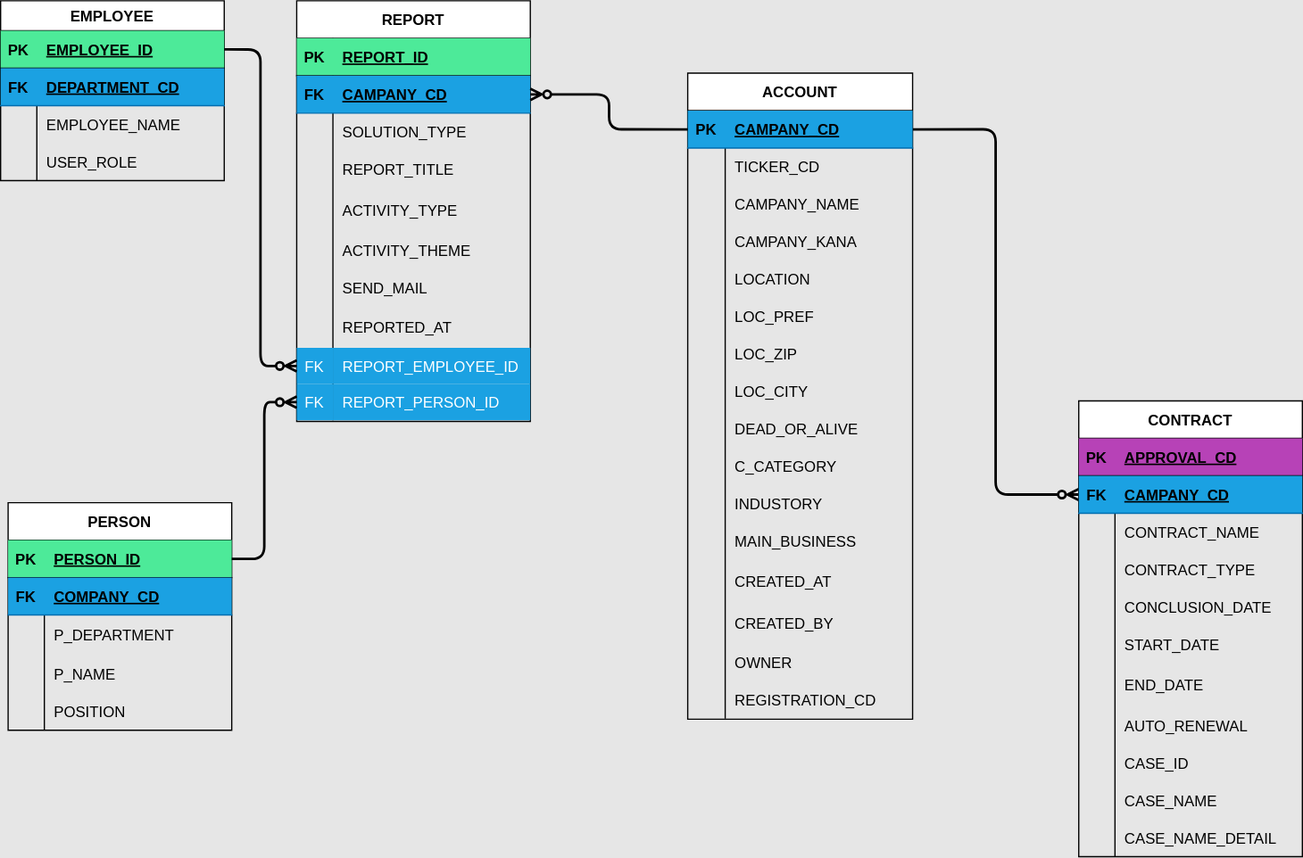
This is fmicrm-er.drawio.svg from dando-charon/st-crm-work, a draw.io export, as it was before one commit. Source tidied: cells renumbered, new cells last; positions are measured from the earlier drawing's top-left corner, leaving out a move shared by most shapes.
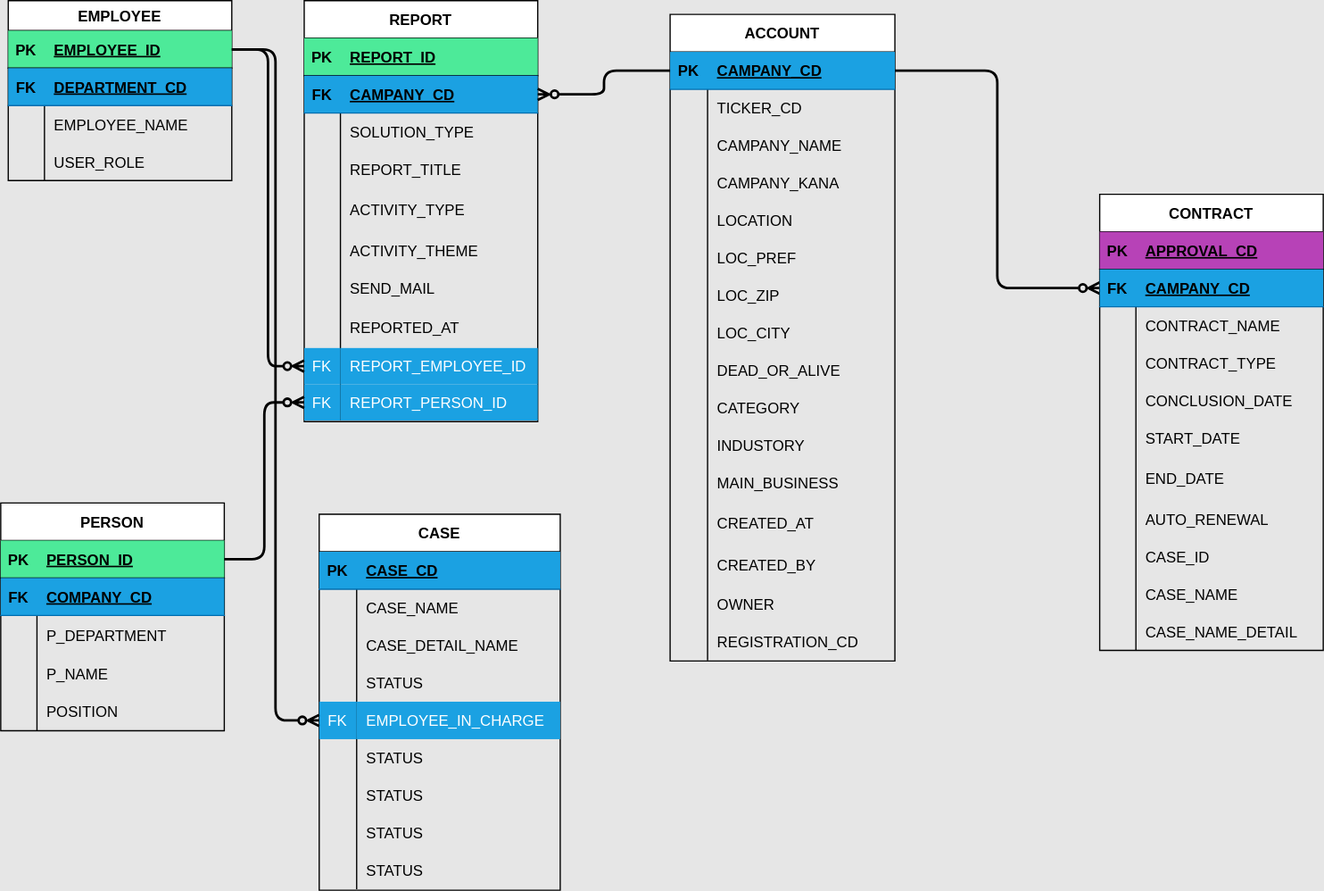
After the commit.

The edit, as a diff of the source:
```diff
@@ -6,7 +6,7 @@
       <mxGeometry relative="1" as="geometry" />
     </mxCell>
     <mxCell id="3" value="ACCOUNT" style="shape=table;startSize=30;rowLines=0;fontStyle=1;align=center;gradientColor=none;strokeColor=#000000;" parent="1" vertex="1">
-      <mxGeometry x="550" y="58" width="180" height="517.4" as="geometry" />
+      <mxGeometry x="530" y="11" width="180" height="517.4" as="geometry" />
     </mxCell>
     <mxCell id="4" style="shape=tableRow;horizontal=0;startSize=0;swimlaneHead=0;swimlaneBody=0;fillColor=#1ba1e2;points=[[0,0.5],[1,0.5]];portConstraint=eastwest;top=0;left=0;right=0;bottom=1;swimlaneFillColor=#197123;strokeColor=#006EAF;fontColor=#ffffff;" parent="3" vertex="1">
       <mxGeometry y="30" width="180" height="30" as="geometry" />
@@ -95,7 +95,7 @@
     <mxCell id="32" style="shape=partialRectangle;fillColor=none;top=0;left=0;bottom=0;right=0;overflow=hidden;" parent="31" vertex="1">
       <mxGeometry width="30" height="30" as="geometry" />
     </mxCell>
-    <mxCell id="33" value="C_CATEGORY" style="shape=partialRectangle;fillColor=none;top=0;left=0;bottom=0;right=0;align=left;spacingLeft=6;overflow=hidden;fontColor=#000000;" parent="31" vertex="1">
+    <mxCell id="33" value="CATEGORY" style="shape=partialRectangle;fillColor=none;top=0;left=0;bottom=0;right=0;align=left;spacingLeft=6;overflow=hidden;fontColor=#000000;" parent="31" vertex="1">
       <mxGeometry x="30" width="150" height="30" as="geometry" />
     </mxCell>
     <mxCell id="34" style="shape=tableRow;horizontal=0;startSize=0;swimlaneHead=0;swimlaneBody=0;fillColor=none;top=0;left=0;right=0;bottom=0;" parent="3" vertex="1">
@@ -153,7 +153,7 @@
       <mxGeometry x="30" width="150" height="30" as="geometry" />
     </mxCell>
     <mxCell id="52" value="CONTRACT" style="shape=table;startSize=30;rowLines=0;fontStyle=1;align=center;strokeColor=#000000;" parent="1" vertex="1">
-      <mxGeometry x="863" y="320.5" width="179" height="365" as="geometry" />
+      <mxGeometry x="874" y="155" width="179" height="365" as="geometry" />
     </mxCell>
     <mxCell id="53" style="shape=tableRow;horizontal=0;startSize=0;swimlaneHead=0;swimlaneBody=0;fillColor=#B742B7;top=0;left=0;right=0;bottom=1;swimlaneFillColor=#A3FF19;" parent="52" vertex="1">
       <mxGeometry y="30" width="179" height="30" as="geometry" />
@@ -387,7 +387,7 @@
       <mxGeometry x="29" width="150" height="30" as="geometry" />
     </mxCell>
     <mxCell id="130" value="PERSON" style="shape=table;startSize=30;rowLines=0;fontStyle=1;align=center;strokeColor=#000000;" parent="1" vertex="1">
-      <mxGeometry x="6" y="402" width="179" height="182.3" as="geometry" />
+      <mxGeometry x="-6" y="402" width="179" height="182.3" as="geometry" />
     </mxCell>
     <mxCell id="131" style="shape=tableRow;horizontal=0;startSize=0;swimlaneHead=0;swimlaneBody=0;fillColor=#4dea99;points=[[0,0.5],[1,0.5]];portConstraint=eastwest;top=0;left=0;right=0;bottom=1;swimlaneFillColor=#A3FF19;" parent="130" vertex="1">
       <mxGeometry y="30" width="179" height="30" as="geometry" />
@@ -443,5 +443,92 @@
     <mxCell id="148" style="edgeStyle=orthogonalEdgeStyle;html=1;endArrow=none;endFill=0;strokeWidth=2;exitX=0;exitY=0.5;exitDx=0;exitDy=0;entryX=1;entryY=0.5;entryDx=0;entryDy=0;strokeColor=#000000;startArrow=ERzeroToMany;startFill=0;" parent="1" edge="1" source="111" target="118">
       <mxGeometry relative="1" as="geometry" />
     </mxCell>
+    <mxCell id="149" value="CASE" style="shape=table;startSize=30;rowLines=0;fontStyle=1;align=center;gradientColor=none;strokeColor=#000000;" parent="1" vertex="1">
+      <mxGeometry x="249" y="411" width="193" height="300.9" as="geometry" />
+    </mxCell>
+    <mxCell id="150" style="shape=tableRow;horizontal=0;startSize=0;swimlaneHead=0;swimlaneBody=0;fillColor=#1ba1e2;top=0;left=0;right=0;bottom=1;swimlaneFillColor=#197123;strokeColor=#006EAF;fontColor=#ffffff;" parent="149" vertex="1">
+      <mxGeometry y="30" width="193" height="30" as="geometry" />
+    </mxCell>
+    <mxCell id="151" value="PK" style="shape=partialRectangle;fillColor=none;top=0;left=0;bottom=0;right=0;fontStyle=1;overflow=hidden;" parent="150" vertex="1">
+      <mxGeometry width="30" height="30" as="geometry" />
+    </mxCell>
+    <mxCell id="152" value="CASE_CD" style="shape=partialRectangle;fillColor=none;top=0;left=0;bottom=0;right=0;align=left;spacingLeft=6;fontStyle=5;overflow=hidden;strokeColor=none;" parent="150" vertex="1">
+      <mxGeometry x="30" width="163" height="30" as="geometry" />
+    </mxCell>
+    <mxCell id="153" style="shape=tableRow;horizontal=0;startSize=0;swimlaneHead=0;swimlaneBody=0;fillColor=none;top=0;left=0;right=0;bottom=0;" parent="149" vertex="1">
+      <mxGeometry y="60" width="193" height="30" as="geometry" />
+    </mxCell>
+    <mxCell id="154" style="shape=partialRectangle;fillColor=none;top=0;left=0;bottom=0;right=0;overflow=hidden;" parent="153" vertex="1">
+      <mxGeometry width="30" height="30" as="geometry" />
+    </mxCell>
+    <mxCell id="155" value="CASE_NAME" style="shape=partialRectangle;fillColor=none;top=0;left=0;bottom=0;right=0;align=left;spacingLeft=6;overflow=hidden;fontColor=#000000;" parent="153" vertex="1">
+      <mxGeometry x="30" width="163" height="30" as="geometry" />
+    </mxCell>
+    <mxCell id="156" style="shape=tableRow;horizontal=0;startSize=0;swimlaneHead=0;swimlaneBody=0;fillColor=none;top=0;left=0;right=0;bottom=0;" parent="149" vertex="1">
+      <mxGeometry y="90" width="193" height="30" as="geometry" />
+    </mxCell>
+    <mxCell id="157" style="shape=partialRectangle;fillColor=none;top=0;left=0;bottom=0;right=0;overflow=hidden;" parent="156" vertex="1">
+      <mxGeometry width="30" height="30" as="geometry" />
+    </mxCell>
+    <mxCell id="158" value="CASE_DETAIL_NAME" style="shape=partialRectangle;fillColor=none;top=0;left=0;bottom=0;right=0;align=left;spacingLeft=6;overflow=hidden;fontColor=#000000;" parent="156" vertex="1">
+      <mxGeometry x="30" width="163" height="30" as="geometry" />
+    </mxCell>
+    <mxCell id="159" style="shape=tableRow;horizontal=0;startSize=0;swimlaneHead=0;swimlaneBody=0;fillColor=none;top=0;left=0;right=0;bottom=0;" parent="149" vertex="1">
+      <mxGeometry y="120" width="193" height="30" as="geometry" />
+    </mxCell>
+    <mxCell id="160" style="shape=partialRectangle;fillColor=none;top=0;left=0;bottom=0;right=0;overflow=hidden;" parent="159" vertex="1">
+      <mxGeometry width="30" height="30" as="geometry" />
+    </mxCell>
+    <mxCell id="161" value="STATUS" style="shape=partialRectangle;fillColor=none;top=0;left=0;bottom=0;right=0;align=left;spacingLeft=6;overflow=hidden;fontColor=#000000;" parent="159" vertex="1">
+      <mxGeometry x="30" width="163" height="30" as="geometry" />
+    </mxCell>
+    <mxCell id="162" style="shape=tableRow;horizontal=0;startSize=0;swimlaneHead=0;swimlaneBody=0;fillColor=none;points=[[0,0.5],[1,0.5]];portConstraint=eastwest;top=0;left=0;right=0;bottom=0;" parent="149" vertex="1">
+      <mxGeometry y="150" width="193" height="30" as="geometry" />
+    </mxCell>
+    <mxCell id="163" value="FK" style="shape=partialRectangle;fillColor=#1ba1e2;top=0;left=0;bottom=0;right=0;overflow=hidden;fontColor=#ffffff;strokeColor=#006EAF;" parent="162" vertex="1">
+      <mxGeometry width="30" height="30" as="geometry" />
+    </mxCell>
+    <mxCell id="164" value="EMPLOYEE_IN_CHARGE" style="shape=partialRectangle;fillColor=#1ba1e2;top=0;left=0;bottom=0;right=0;align=left;spacingLeft=6;overflow=hidden;fontColor=#ffffff;strokeColor=#006EAF;" parent="162" vertex="1">
+      <mxGeometry x="30" width="163" height="30" as="geometry" />
+    </mxCell>
+    <mxCell id="165" style="shape=tableRow;horizontal=0;startSize=0;swimlaneHead=0;swimlaneBody=0;fillColor=none;top=0;left=0;right=0;bottom=0;" parent="149" vertex="1">
+      <mxGeometry y="180" width="193" height="30" as="geometry" />
+    </mxCell>
+    <mxCell id="166" style="shape=partialRectangle;fillColor=none;top=0;left=0;bottom=0;right=0;overflow=hidden;" parent="165" vertex="1">
+      <mxGeometry width="30" height="30" as="geometry" />
+    </mxCell>
+    <mxCell id="167" value="STATUS" style="shape=partialRectangle;fillColor=none;top=0;left=0;bottom=0;right=0;align=left;spacingLeft=6;overflow=hidden;fontColor=#000000;" parent="165" vertex="1">
+      <mxGeometry x="30" width="163" height="30" as="geometry" />
+    </mxCell>
+    <mxCell id="168" style="shape=tableRow;horizontal=0;startSize=0;swimlaneHead=0;swimlaneBody=0;fillColor=none;top=0;left=0;right=0;bottom=0;" parent="149" vertex="1">
+      <mxGeometry y="210" width="193" height="30" as="geometry" />
+    </mxCell>
+    <mxCell id="169" style="shape=partialRectangle;fillColor=none;top=0;left=0;bottom=0;right=0;overflow=hidden;" parent="168" vertex="1">
+      <mxGeometry width="30" height="30" as="geometry" />
+    </mxCell>
+    <mxCell id="170" value="STATUS" style="shape=partialRectangle;fillColor=none;top=0;left=0;bottom=0;right=0;align=left;spacingLeft=6;overflow=hidden;fontColor=#000000;" parent="168" vertex="1">
+      <mxGeometry x="30" width="163" height="30" as="geometry" />
+    </mxCell>
+    <mxCell id="171" style="shape=tableRow;horizontal=0;startSize=0;swimlaneHead=0;swimlaneBody=0;fillColor=none;top=0;left=0;right=0;bottom=0;" parent="149" vertex="1">
+      <mxGeometry y="240" width="193" height="30" as="geometry" />
+    </mxCell>
+    <mxCell id="172" style="shape=partialRectangle;fillColor=none;top=0;left=0;bottom=0;right=0;overflow=hidden;" parent="171" vertex="1">
+      <mxGeometry width="30" height="30" as="geometry" />
+    </mxCell>
+    <mxCell id="173" value="STATUS" style="shape=partialRectangle;fillColor=none;top=0;left=0;bottom=0;right=0;align=left;spacingLeft=6;overflow=hidden;fontColor=#000000;" parent="171" vertex="1">
+      <mxGeometry x="30" width="163" height="30" as="geometry" />
+    </mxCell>
+    <mxCell id="174" style="shape=tableRow;horizontal=0;startSize=0;swimlaneHead=0;swimlaneBody=0;fillColor=none;top=0;left=0;right=0;bottom=0;" parent="149" vertex="1">
+      <mxGeometry y="270" width="193" height="30" as="geometry" />
+    </mxCell>
+    <mxCell id="175" style="shape=partialRectangle;fillColor=none;top=0;left=0;bottom=0;right=0;overflow=hidden;" parent="174" vertex="1">
+      <mxGeometry width="30" height="30" as="geometry" />
+    </mxCell>
+    <mxCell id="176" value="STATUS" style="shape=partialRectangle;fillColor=none;top=0;left=0;bottom=0;right=0;align=left;spacingLeft=6;overflow=hidden;fontColor=#000000;" parent="174" vertex="1">
+      <mxGeometry x="30" width="163" height="30" as="geometry" />
+    </mxCell>
+    <mxCell id="177" style="edgeStyle=orthogonalEdgeStyle;html=1;endArrow=none;endFill=0;strokeWidth=2;exitX=0;exitY=0.5;exitDx=0;exitDy=0;entryX=1;entryY=0.5;entryDx=0;entryDy=0;strokeColor=#000000;startArrow=ERzeroToMany;startFill=0;" parent="1" edge="1" source="162" target="118">
+      <mxGeometry relative="1" as="geometry" />
+    </mxCell>
   </root>
 </mxGraphModel>
```
